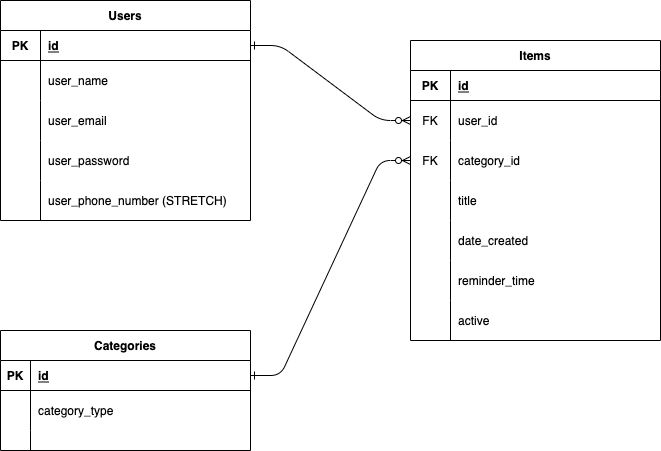
Earlier version of the draw.io export Planning/ERD.drawio.png (cdmac94/Smart-TODO-List). Source tidied: cells renumbered, new cells last; positions are measured from the earlier drawing's top-left corner, leaving out a move shared by most shapes.
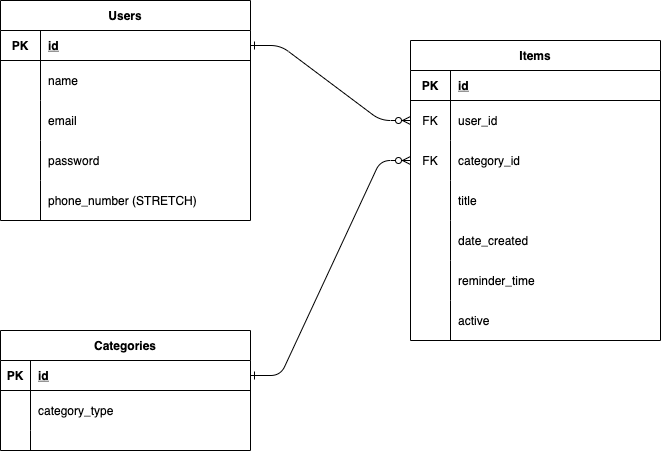
Later version of the same file.

Commit message:
added new tables for schema and Added new seeds

Change to the diagram source:
```diff
@@ -124,7 +124,7 @@
     <mxCell id="41" style="shape=partialRectangle;overflow=hidden;fillColor=none;top=0;left=0;bottom=0;right=0;" parent="40" vertex="1">
       <mxGeometry width="40" height="40" as="geometry" />
     </mxCell>
-    <mxCell id="42" value="user_name" style="shape=partialRectangle;overflow=hidden;fillColor=none;top=0;left=0;bottom=0;right=0;align=left;spacingLeft=6;" parent="40" vertex="1">
+    <mxCell id="42" value="name" style="shape=partialRectangle;overflow=hidden;fillColor=none;top=0;left=0;bottom=0;right=0;align=left;spacingLeft=6;" parent="40" vertex="1">
       <mxGeometry x="40" width="210" height="40" as="geometry" />
     </mxCell>
     <mxCell id="43" style="shape=partialRectangle;fillColor=none;top=0;left=0;right=0;bottom=0;" parent="36" vertex="1">
@@ -133,7 +133,7 @@
     <mxCell id="44" style="shape=partialRectangle;overflow=hidden;fillColor=none;top=0;left=0;bottom=0;right=0;" parent="43" vertex="1">
       <mxGeometry width="40" height="40" as="geometry" />
     </mxCell>
-    <mxCell id="45" value="user_email" style="shape=partialRectangle;overflow=hidden;fillColor=none;top=0;left=0;bottom=0;right=0;align=left;spacingLeft=6;" parent="43" vertex="1">
+    <mxCell id="45" value="email" style="shape=partialRectangle;overflow=hidden;fillColor=none;top=0;left=0;bottom=0;right=0;align=left;spacingLeft=6;" parent="43" vertex="1">
       <mxGeometry x="40" width="210" height="40" as="geometry" />
     </mxCell>
     <mxCell id="46" style="shape=partialRectangle;fillColor=none;top=0;left=0;right=0;bottom=0;" parent="36" vertex="1">
@@ -142,7 +142,7 @@
     <mxCell id="47" style="shape=partialRectangle;overflow=hidden;fillColor=none;top=0;left=0;bottom=0;right=0;" parent="46" vertex="1">
       <mxGeometry width="40" height="40" as="geometry" />
     </mxCell>
-    <mxCell id="48" value="user_password" style="shape=partialRectangle;overflow=hidden;fillColor=none;top=0;left=0;bottom=0;right=0;align=left;spacingLeft=6;" parent="46" vertex="1">
+    <mxCell id="48" value="password" style="shape=partialRectangle;overflow=hidden;fillColor=none;top=0;left=0;bottom=0;right=0;align=left;spacingLeft=6;" parent="46" vertex="1">
       <mxGeometry x="40" width="210" height="40" as="geometry" />
     </mxCell>
     <mxCell id="49" style="shape=partialRectangle;fillColor=none;top=0;left=0;right=0;bottom=0;" parent="36" vertex="1">
@@ -151,7 +151,7 @@
     <mxCell id="50" style="shape=partialRectangle;overflow=hidden;fillColor=none;top=0;left=0;bottom=0;right=0;" parent="49" vertex="1">
       <mxGeometry width="40" height="40" as="geometry" />
     </mxCell>
-    <mxCell id="51" value="user_phone_number (STRETCH)" style="shape=partialRectangle;overflow=hidden;fillColor=none;top=0;left=0;bottom=0;right=0;align=left;spacingLeft=6;" parent="49" vertex="1">
+    <mxCell id="51" value="phone_number (STRETCH)" style="shape=partialRectangle;overflow=hidden;fillColor=none;top=0;left=0;bottom=0;right=0;align=left;spacingLeft=6;" parent="49" vertex="1">
       <mxGeometry x="40" width="210" height="40" as="geometry" />
     </mxCell>
   </root>
```
